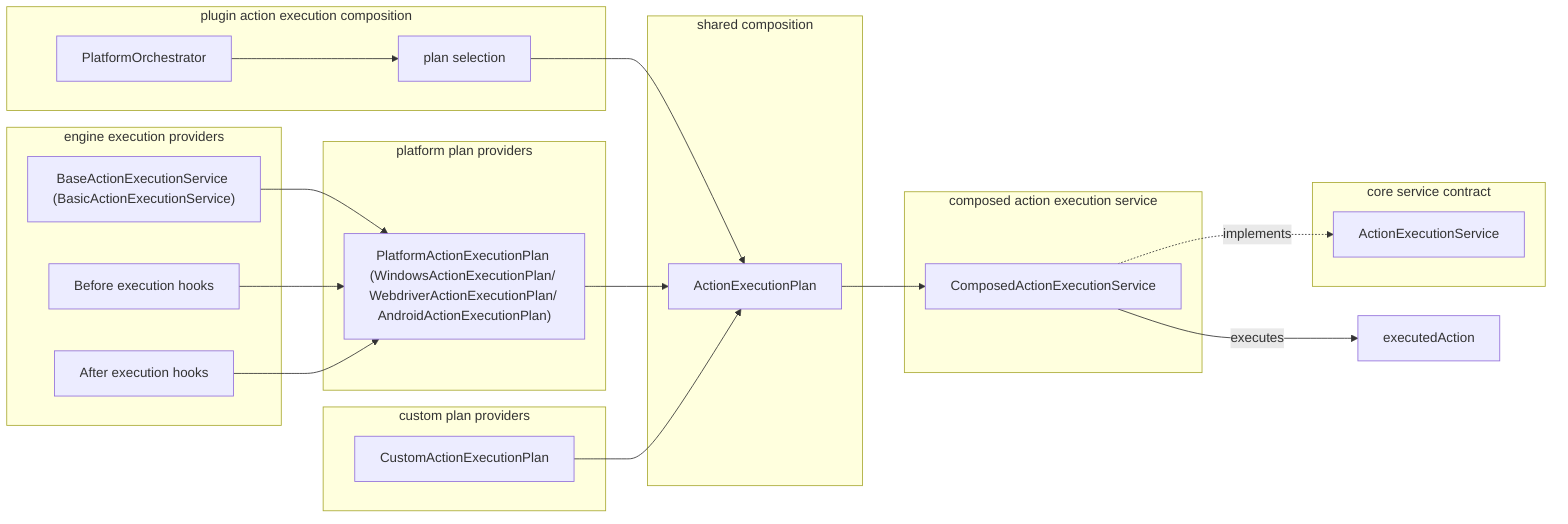
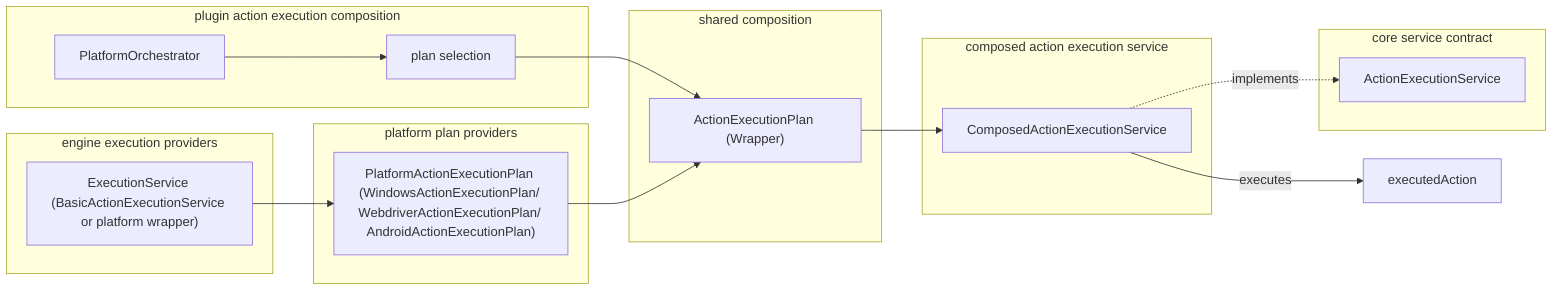
flowchart LR

    subgraph PluginComposition["plugin action execution composition"]
        Orchestrator["PlatformOrchestrator"]
        PlanSelection["plan selection"]
    end

    subgraph SharedContexts["shared composition"]
-         ExecutionPlan["ActionExecutionPlan"]
+         ExecutionPlan["ActionExecutionPlan (Wrapper)"]
    end

    subgraph PlatformPlanProviders["platform plan providers"]
        PlatformPlan["PlatformActionExecutionPlan (WindowsActionExecutionPlan/ WebdriverActionExecutionPlan/ AndroidActionExecutionPlan)"]
-     end
- 
-     subgraph CustomPlanProviders["custom plan providers"]
-         CustomPlan["CustomActionExecutionPlan"]
    end

    subgraph CoreExecution["core service contract"]
        ActionExecutionService["ActionExecutionService"]
    end

    subgraph ComposedExecution["composed action execution service"]
        ComposedActionExecutionService["ComposedActionExecutionService"]
    end

    subgraph EngineExecution["engine execution providers"]
-         BaseExecution["BaseActionExecutionService (BasicActionExecutionService)"]
-         BeforeHooks["Before execution hooks"]
-         AfterHooks["After execution hooks"]
+         BaseExecution["ExecutionService (BasicActionExecutionService or platform wrapper)"]
    end

    Orchestrator --> PlanSelection

    PlanSelection --> ExecutionPlan

    BaseExecution --> PlatformPlan
-     BeforeHooks --> PlatformPlan
-     AfterHooks --> PlatformPlan

    PlatformPlan --> ExecutionPlan
-     CustomPlan --> ExecutionPlan

    ComposedActionExecutionService -. implements .-> ActionExecutionService

    ExecutionPlan --> ComposedActionExecutionService

    ComposedActionExecutionService -- "executes" --> executedAction
